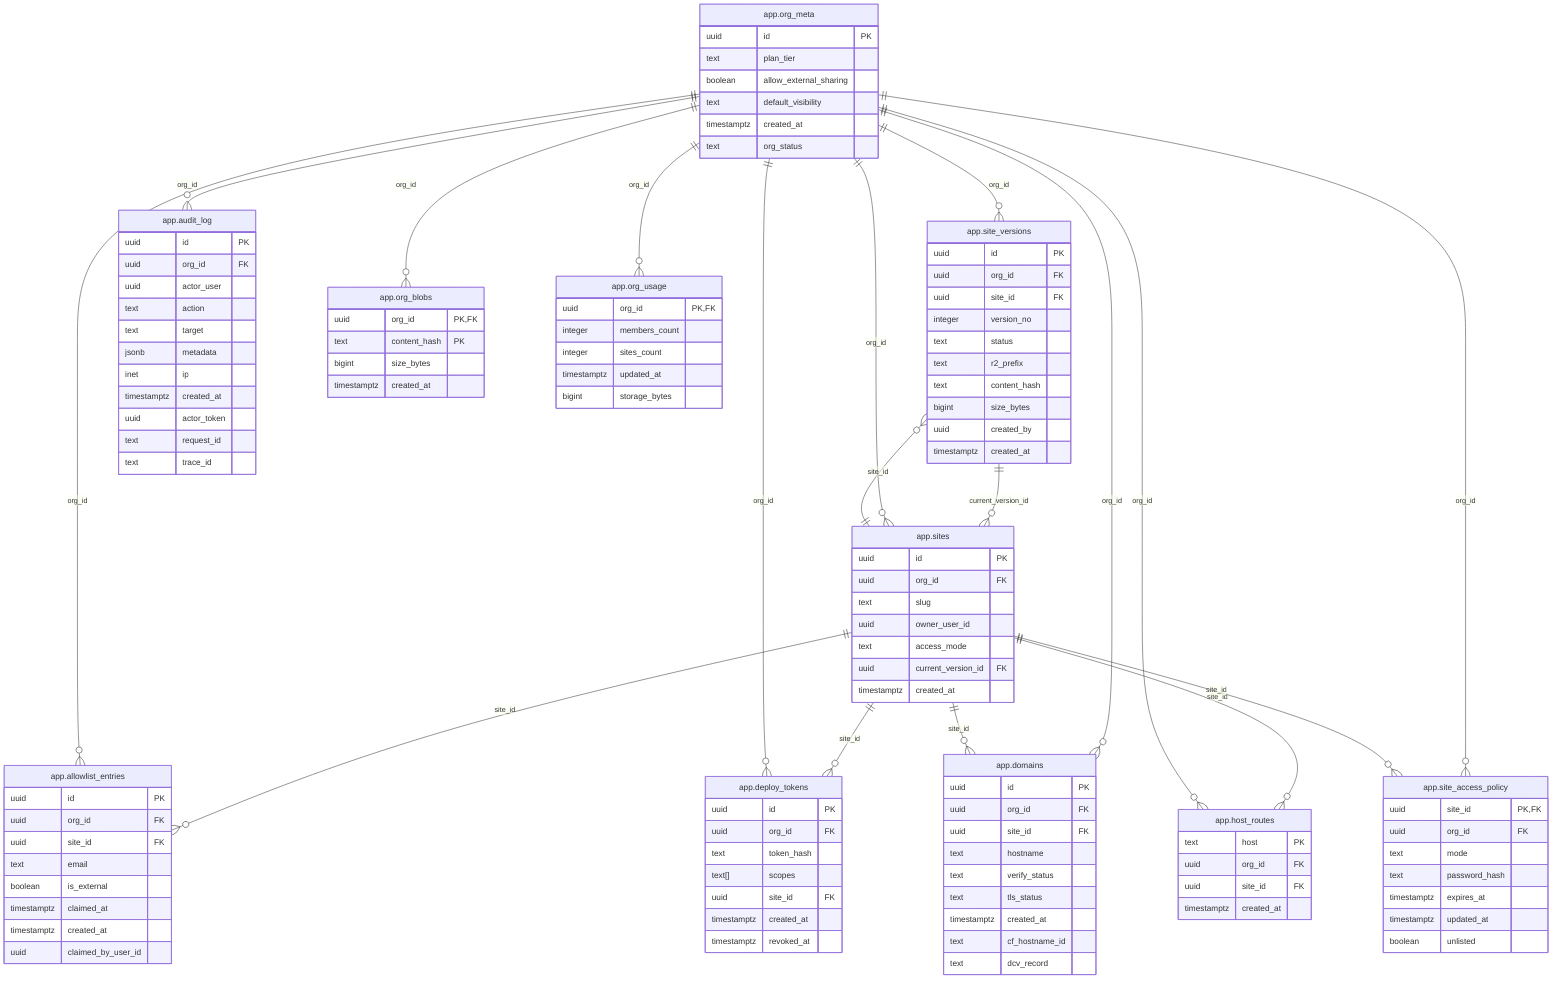
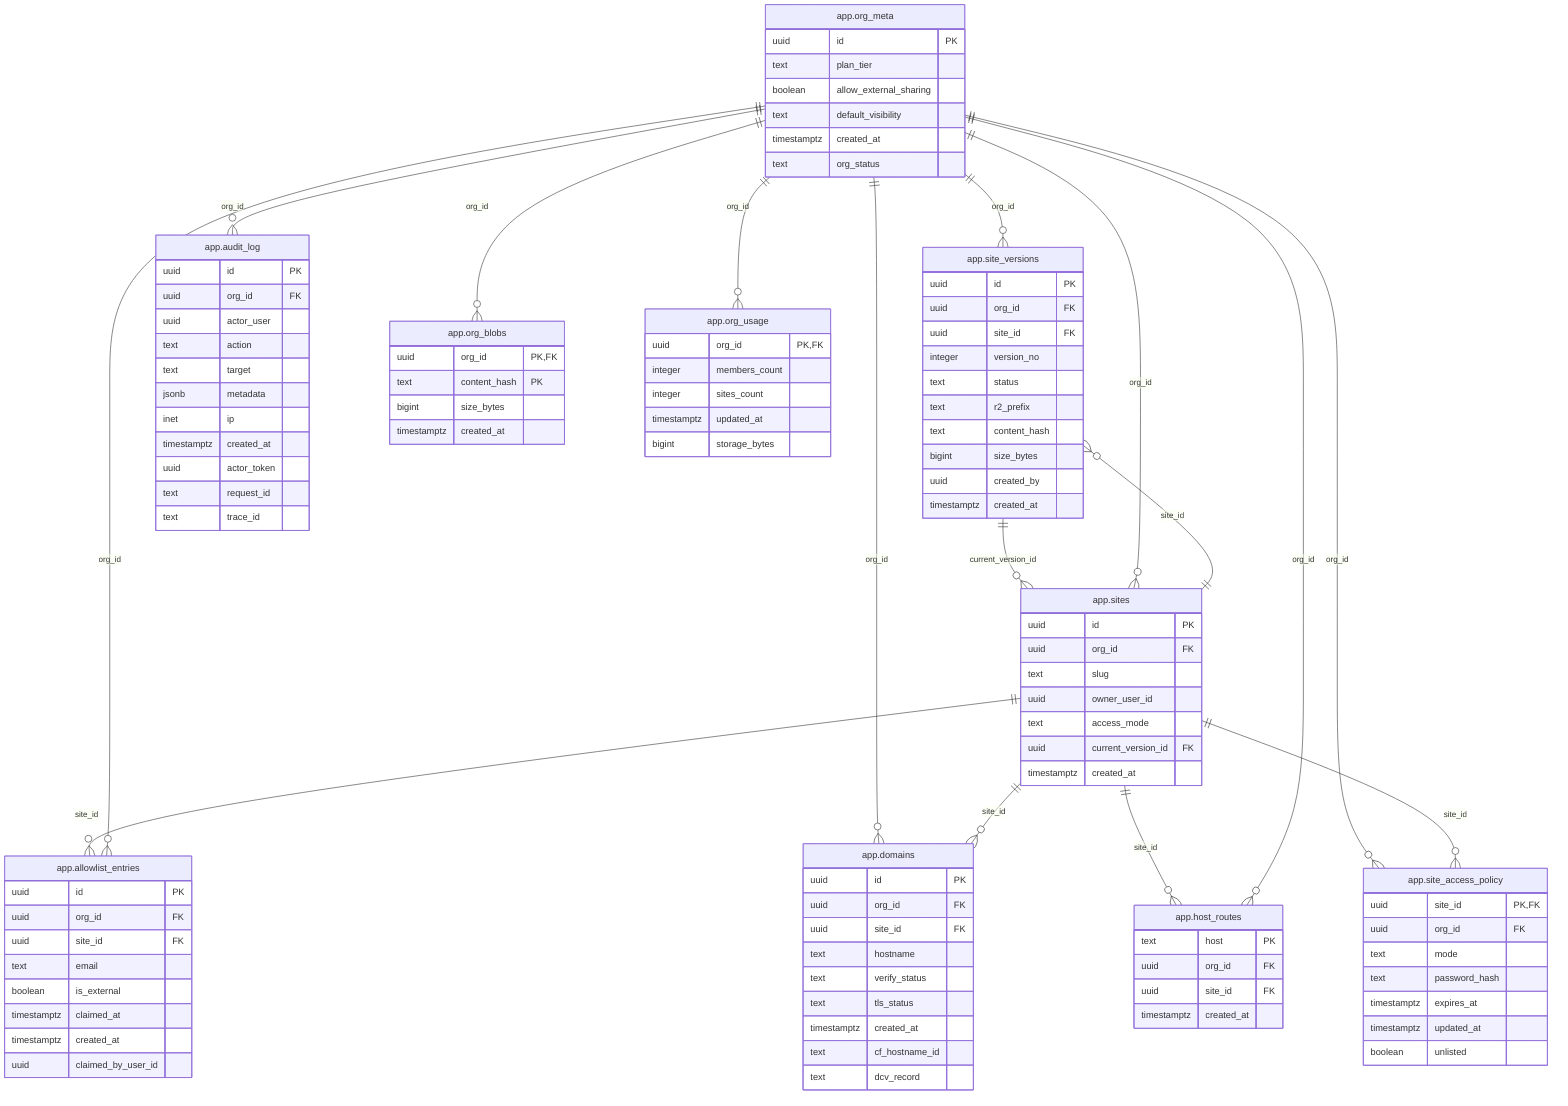
erDiagram
  app__org_meta["app.org_meta"] {
    uuid id PK
    text plan_tier
    boolean allow_external_sharing
    text default_visibility
    timestamptz created_at
    text org_status
  }
  app__sites["app.sites"] {
    uuid id PK
    uuid org_id FK
    text slug
    uuid owner_user_id
    text access_mode
    uuid current_version_id FK
    timestamptz created_at
  }
  app__site_versions["app.site_versions"] {
    uuid id PK
    uuid org_id FK
    uuid site_id FK
    integer version_no
    text status
    text r2_prefix
    text content_hash
    bigint size_bytes
    uuid created_by
    timestamptz created_at
  }
  app__allowlist_entries["app.allowlist_entries"] {
    uuid id PK
    uuid org_id FK
    uuid site_id FK
    text email
    boolean is_external
    timestamptz claimed_at
    timestamptz created_at
    uuid claimed_by_user_id
  }
  app__audit_log["app.audit_log"] {
    uuid id PK
    uuid org_id FK
    uuid actor_user
    text action
    text target
    jsonb metadata
    inet ip
    timestamptz created_at
    uuid actor_token
    text request_id
    text trace_id
  }
-   app__deploy_tokens["app.deploy_tokens"] {
-     uuid id PK
-     uuid org_id FK
-     text token_hash
-     text[] scopes
-     uuid site_id FK
-     timestamptz created_at
-     timestamptz revoked_at
-   }
  app__domains["app.domains"] {
    uuid id PK
    uuid org_id FK
    uuid site_id FK
    text hostname
    text verify_status
    text tls_status
    timestamptz created_at
    text cf_hostname_id
    text dcv_record
  }
  app__host_routes["app.host_routes"] {
    text host PK
    uuid org_id FK
    uuid site_id FK
    timestamptz created_at
  }
  app__org_blobs["app.org_blobs"] {
    uuid org_id PK,FK
    text content_hash PK
    bigint size_bytes
    timestamptz created_at
  }
  app__org_usage["app.org_usage"] {
    uuid org_id PK,FK
    integer members_count
    integer sites_count
    timestamptz updated_at
    bigint storage_bytes
  }
  app__site_access_policy["app.site_access_policy"] {
    uuid site_id PK,FK
    uuid org_id FK
    text mode
    text password_hash
    timestamptz expires_at
    timestamptz updated_at
    boolean unlisted
  }

  app__sites ||--o{ app__allowlist_entries : "site_id"
  app__org_meta ||--o{ app__allowlist_entries : "org_id"
  app__org_meta ||--o{ app__audit_log : "org_id"
-   app__sites ||--o{ app__deploy_tokens : "site_id"
-   app__org_meta ||--o{ app__deploy_tokens : "org_id"
  app__org_meta ||--o{ app__domains : "org_id"
  app__sites ||--o{ app__domains : "site_id"
  app__sites ||--o{ app__host_routes : "site_id"
  app__org_meta ||--o{ app__host_routes : "org_id"
  app__org_meta ||--o{ app__org_blobs : "org_id"
  app__org_meta ||--o{ app__org_usage : "org_id"
  app__org_meta ||--o{ app__site_access_policy : "org_id"
  app__sites ||--o{ app__site_access_policy : "site_id"
  app__sites ||--o{ app__site_versions : "site_id"
  app__org_meta ||--o{ app__site_versions : "org_id"
  app__site_versions ||--o{ app__sites : "current_version_id"
  app__org_meta ||--o{ app__sites : "org_id"
